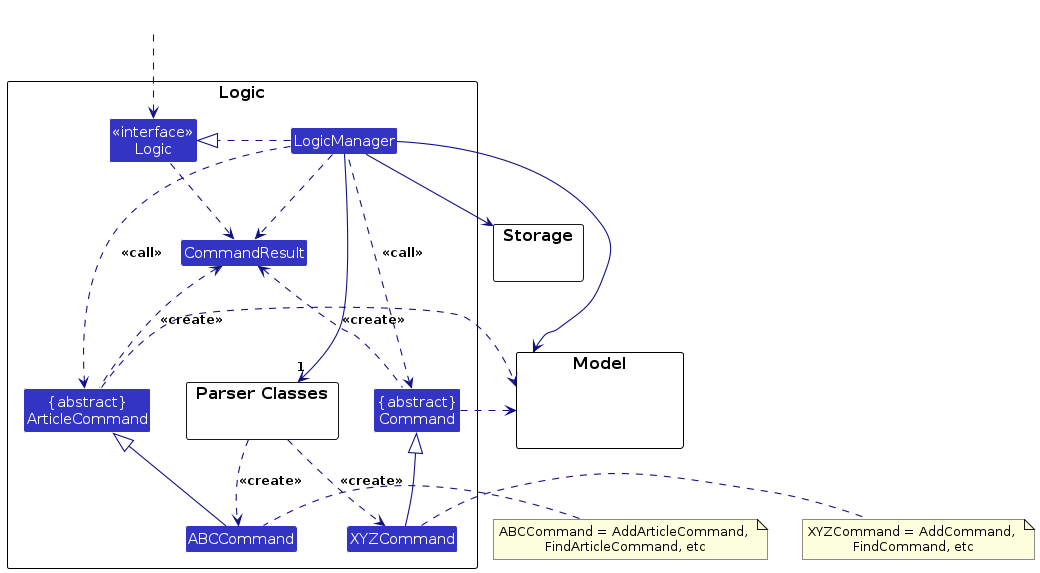
The PlantUML diagram diagrams/LogicClassDiagram.png in bennyLCK/tp, before a commit. Its source is kept beside it as diagrams/LogicClassDiagram.puml.
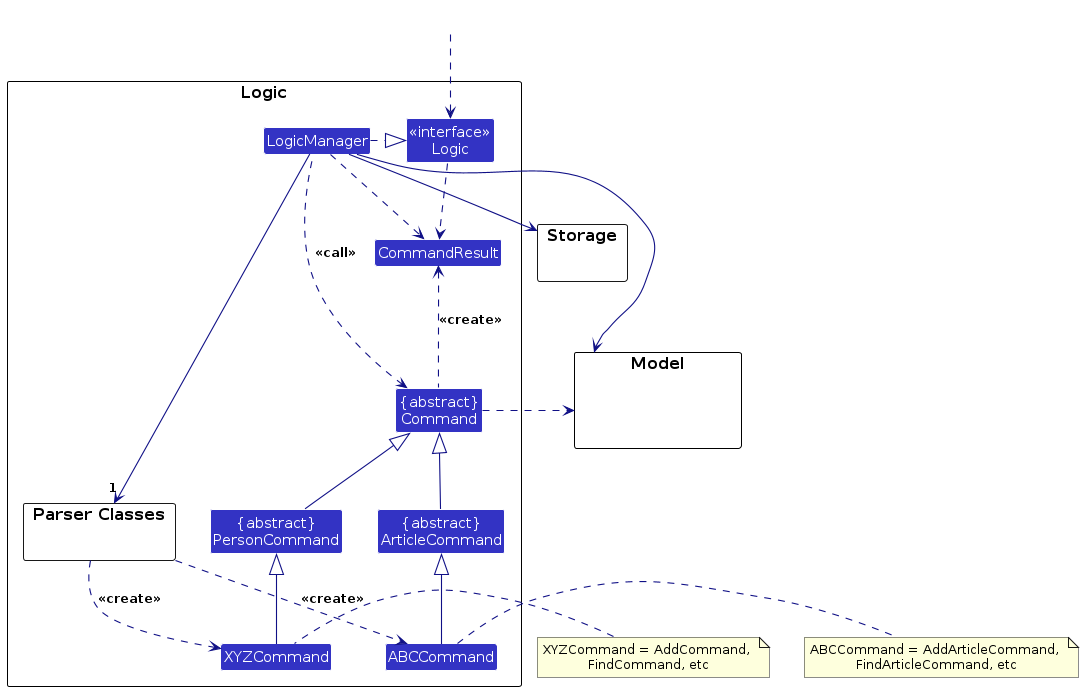
The same diagram one commit later.

The edit, as a diff of the source:
```diff
@@ -11,6 +11,7 @@
 Class XYZCommand
 Class ABCCommand
 CLass "{abstract}\nArticleCommand" as ArticleCommand
+Class "{abstract}\nPersonCommand" as PersonCommand
 Class CommandResult
 Class "{abstract}\nCommand" as Command
 
@@ -34,23 +35,21 @@
 ParserClasses ..> XYZCommand : <<create>>
 ParserClasses ..> ABCCommand : <<create>>
 
-XYZCommand -up-|> Command
+XYZCommand -up-|> PersonCommand
 ABCCommand -up-|> ArticleCommand
+PersonCommand -up-|> Command
+ArticleCommand -up-|> Command
 LogicManager .left.> Command : <<call>>
-LogicManager .right.> ArticleCommand : <<call>>
 
 LogicManager --> Model
 LogicManager --> Storage
 Storage --[hidden] Model
 Command .[hidden]up.> Storage
-ArticleCommand .[hidden]left.> Storage
 Command .right.> Model
-ArticleCommand .right.> Model
-note right of XYZCommand: XYZCommand = AddCommand, \nFindCommand, etc
-note left of ABCCommand: ABCCommand = AddArticleCommand, \nFindArticleCommand, etc
+note left of XYZCommand: XYZCommand = AddCommand, \nFindCommand, etc
+note right of ABCCommand: ABCCommand = AddArticleCommand, \nFindArticleCommand, etc
 
 Logic ..> CommandResult
 LogicManager .down.> CommandResult
 Command .up.> CommandResult : <<create>>
-ArticleCommand .up.> CommandResult : <<create>>
 @enduml
```
